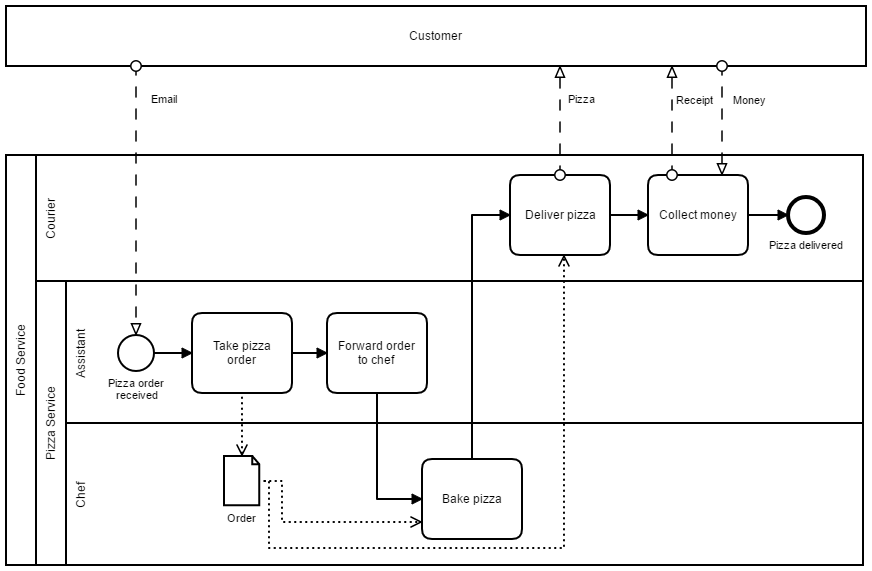
Above: images/pizza-service-operational-human-as-is-paper.png in DigiBP/digibp-food-inc (BPMN), before the change. Its source is kept beside it as modelling/pizza-service/pizza-service-operational-human-as-is-paper.bpmn. Ids are renumbered. Source of this version:
```xml
<bpmn:definitions xmlns:bpmn="http://www.omg.org/spec/BPMN/20100524/MODEL" xmlns:bpmndi="http://www.omg.org/spec/BPMN/20100524/DI" xmlns:di="http://www.omg.org/spec/DD/20100524/DI" xmlns:dc="http://www.omg.org/spec/DD/20100524/DC" xmlns:xsi="http://www.w3.org/2001/XMLSchema-instance" id="Definitions_1" targetNamespace="http://bpmn.io/schema/bpmn" exporter="Camunda Modeler" exporterVersion="1.11.3">
  <bpmn:collaboration id="Collaboration_n1">
    <bpmn:participant id="Participant_n2" name="Food Service" processRef="Process_1" />
    <bpmn:participant id="Participant_n3" name="Customer" />
    <bpmn:messageFlow id="MessageFlow_n4" name="Email" sourceRef="Participant_n3" targetRef="StartEvent_n5" />
    <bpmn:messageFlow id="MessageFlow_n6" name="Pizza" sourceRef="Task_n7" targetRef="Participant_n3" />
    <bpmn:messageFlow id="MessageFlow_n8" name="Money" sourceRef="Participant_n3" targetRef="Task_n9" />
    <bpmn:messageFlow id="MessageFlow_n10" name="Receipt" sourceRef="Task_n9" targetRef="Participant_n3" />
  </bpmn:collaboration>
  <bpmn:process id="Process_1" isExecutable="true">
    <bpmn:laneSet>
      <bpmn:lane id="Lane_n11" name="Courier">
        <bpmn:flowNodeRef>Task_n9</bpmn:flowNodeRef>
        <bpmn:flowNodeRef>Task_n7</bpmn:flowNodeRef>
        <bpmn:flowNodeRef>EndEvent_n12</bpmn:flowNodeRef>
      </bpmn:lane>
      <bpmn:lane id="Lane_n13" name="Pizza Service">
        <bpmn:flowNodeRef>StartEvent_n5</bpmn:flowNodeRef>
        <bpmn:flowNodeRef>Task_n14</bpmn:flowNodeRef>
        <bpmn:flowNodeRef>Task_n15</bpmn:flowNodeRef>
        <bpmn:flowNodeRef>Task_n16</bpmn:flowNodeRef>
        <bpmn:childLaneSet xsi:type="bpmn:tLaneSet">
          <bpmn:lane id="Lane_n17" name="Assistant">
            <bpmn:flowNodeRef>StartEvent_n5</bpmn:flowNodeRef>
            <bpmn:flowNodeRef>Task_n15</bpmn:flowNodeRef>
            <bpmn:flowNodeRef>Task_n16</bpmn:flowNodeRef>
          </bpmn:lane>
          <bpmn:lane id="Lane_n18" name="Chef">
            <bpmn:flowNodeRef>Task_n14</bpmn:flowNodeRef>
          </bpmn:lane>
        </bpmn:childLaneSet>
      </bpmn:lane>
    </bpmn:laneSet>
    <bpmn:sequenceFlow id="SequenceFlow_n19" sourceRef="Task_n14" targetRef="Task_n7" />
    <bpmn:sequenceFlow id="SequenceFlow_n20" sourceRef="Task_n9" targetRef="EndEvent_n12" />
    <bpmn:sequenceFlow id="SequenceFlow_n21" sourceRef="Task_n7" targetRef="Task_n9" />
    <bpmn:endEvent id="EndEvent_n12" name="Pizza delivered">
      <bpmn:incoming>SequenceFlow_n20</bpmn:incoming>
    </bpmn:endEvent>
    <bpmn:task id="Task_n7" name="Deliver pizza">
      <bpmn:incoming>SequenceFlow_n19</bpmn:incoming>
      <bpmn:outgoing>SequenceFlow_n21</bpmn:outgoing>
      <bpmn:property id="Property_n22" name="__targetRef_placeholder" />
      <bpmn:dataInputAssociation id="DataInputAssociation_n23">
        <bpmn:sourceRef>DataObjectReference_n24</bpmn:sourceRef>
        <bpmn:targetRef>Property_n22</bpmn:targetRef>
      </bpmn:dataInputAssociation>
    </bpmn:task>
    <bpmn:task id="Task_n9" name="Collect money">
      <bpmn:incoming>SequenceFlow_n21</bpmn:incoming>
      <bpmn:outgoing>SequenceFlow_n20</bpmn:outgoing>
    </bpmn:task>
    <bpmn:sequenceFlow id="SequenceFlow_n25" sourceRef="StartEvent_n5" targetRef="Task_n15" />
    <bpmn:sequenceFlow id="SequenceFlow_n26" sourceRef="Task_n16" targetRef="Task_n14" />
    <bpmn:startEvent id="StartEvent_n5" name="Pizza order received">
      <bpmn:outgoing>SequenceFlow_n25</bpmn:outgoing>
    </bpmn:startEvent>
    <bpmn:sequenceFlow id="SequenceFlow_n27" sourceRef="Task_n15" targetRef="Task_n16" />
    <bpmn:task id="Task_n14" name="Bake pizza">
      <bpmn:incoming>SequenceFlow_n26</bpmn:incoming>
      <bpmn:outgoing>SequenceFlow_n19</bpmn:outgoing>
      <bpmn:property id="Property_n28" name="__targetRef_placeholder" />
      <bpmn:dataInputAssociation id="DataInputAssociation_n29">
        <bpmn:sourceRef>DataObjectReference_n24</bpmn:sourceRef>
        <bpmn:targetRef>Property_n28</bpmn:targetRef>
      </bpmn:dataInputAssociation>
    </bpmn:task>
    <bpmn:task id="Task_n15" name="Take pizza order">
      <bpmn:incoming>SequenceFlow_n25</bpmn:incoming>
      <bpmn:outgoing>SequenceFlow_n27</bpmn:outgoing>
      <bpmn:dataOutputAssociation id="DataOutputAssociation_n30">
        <bpmn:targetRef>DataObjectReference_n24</bpmn:targetRef>
      </bpmn:dataOutputAssociation>
    </bpmn:task>
    <bpmn:task id="Task_n16" name="Forward order to chef">
      <bpmn:incoming>SequenceFlow_n27</bpmn:incoming>
      <bpmn:outgoing>SequenceFlow_n26</bpmn:outgoing>
    </bpmn:task>
    <bpmn:dataObjectReference id="DataObjectReference_n24" name="Order" dataObjectRef="DataObject_n31" />
    <bpmn:dataObject id="DataObject_n31" />
  </bpmn:process>
  <bpmndi:BPMNDiagram id="BPMNDiagram_1">
    <bpmndi:BPMNPlane id="BPMNPlane_1" bpmnElement="Collaboration_n1">
      <bpmndi:BPMNShape id="Participant_n2_di" bpmnElement="Participant_n2">
        <dc:Bounds x="116" y="182" width="857" height="410" />
      </bpmndi:BPMNShape>
      <bpmndi:BPMNShape id="Participant_1bxmz45_di" bpmnElement="Participant_n3">
        <dc:Bounds x="116" y="33" width="860" height="60" />
      </bpmndi:BPMNShape>
      <bpmndi:BPMNShape id="Lane_n11_di" bpmnElement="Lane_n11">
        <dc:Bounds x="146" y="182" width="827" height="126" />
      </bpmndi:BPMNShape>
      <bpmndi:BPMNShape id="Lane_n13_di" bpmnElement="Lane_n13">
        <dc:Bounds x="146" y="308" width="827" height="284" />
      </bpmndi:BPMNShape>
      <bpmndi:BPMNShape id="StartEvent_n5_di" bpmnElement="StartEvent_n5">
        <dc:Bounds x="228" y="362" width="36" height="36" />
        <bpmndi:BPMNLabel>
          <dc:Bounds x="218" y="402" width="57" height="24" />
        </bpmndi:BPMNLabel>
      </bpmndi:BPMNShape>
      <bpmndi:BPMNEdge id="MessageFlow_n4_di" bpmnElement="MessageFlow_n4">
        <di:waypoint xsi:type="dc:Point" x="246" y="93" />
        <di:waypoint xsi:type="dc:Point" x="246" y="362" />
        <bpmndi:BPMNLabel>
          <dc:Bounds x="260.7406973485705" y="117.7936378579223" width="27" height="12" />
        </bpmndi:BPMNLabel>
      </bpmndi:BPMNEdge>
      <bpmndi:BPMNShape id="Task_n14_di" bpmnElement="Task_n14">
        <dc:Bounds x="532" y="486" width="100" height="80" />
      </bpmndi:BPMNShape>
      <bpmndi:BPMNShape id="Task_n7_di" bpmnElement="Task_n7">
        <dc:Bounds x="620" y="202" width="100" height="80" />
      </bpmndi:BPMNShape>
      <bpmndi:BPMNEdge id="SequenceFlow_n19_di" bpmnElement="SequenceFlow_n19">
        <di:waypoint xsi:type="dc:Point" x="582" y="486" />
        <di:waypoint xsi:type="dc:Point" x="582" y="242" />
        <di:waypoint xsi:type="dc:Point" x="620" y="242" />
        <bpmndi:BPMNLabel>
          <dc:Bounds x="552" y="358" width="90" height="12" />
        </bpmndi:BPMNLabel>
      </bpmndi:BPMNEdge>
      <bpmndi:BPMNShape id="Task_n9_di" bpmnElement="Task_n9">
        <dc:Bounds x="758" y="202" width="100" height="80" />
      </bpmndi:BPMNShape>
      <bpmndi:BPMNEdge id="SequenceFlow_n21_di" bpmnElement="SequenceFlow_n21">
        <di:waypoint xsi:type="dc:Point" x="720" y="242" />
        <di:waypoint xsi:type="dc:Point" x="758" y="242" />
        <bpmndi:BPMNLabel>
          <dc:Bounds x="694" y="221" width="90" height="12" />
        </bpmndi:BPMNLabel>
      </bpmndi:BPMNEdge>
      <bpmndi:BPMNShape id="EndEvent_n12_di" bpmnElement="EndEvent_n12">
        <dc:Bounds x="898" y="224" width="36" height="36" />
        <bpmndi:BPMNLabel>
          <dc:Bounds x="879" y="264" width="74" height="12" />
        </bpmndi:BPMNLabel>
      </bpmndi:BPMNShape>
      <bpmndi:BPMNEdge id="SequenceFlow_n20_di" bpmnElement="SequenceFlow_n20">
        <di:waypoint xsi:type="dc:Point" x="858" y="242" />
        <di:waypoint xsi:type="dc:Point" x="898" y="242" />
        <bpmndi:BPMNLabel>
          <dc:Bounds x="833" y="221" width="90" height="12" />
        </bpmndi:BPMNLabel>
      </bpmndi:BPMNEdge>
      <bpmndi:BPMNEdge id="MessageFlow_n6_di" bpmnElement="MessageFlow_n6">
        <di:waypoint xsi:type="dc:Point" x="670" y="202" />
        <di:waypoint xsi:type="dc:Point" x="670" y="93" />
        <bpmndi:BPMNLabel>
          <dc:Bounds x="678" y="118" width="27" height="12" />
        </bpmndi:BPMNLabel>
      </bpmndi:BPMNEdge>
      <bpmndi:BPMNEdge id="MessageFlow_n8_di" bpmnElement="MessageFlow_n8">
        <di:waypoint xsi:type="dc:Point" x="832" y="93" />
        <di:waypoint xsi:type="dc:Point" x="832" y="202" />
        <bpmndi:BPMNLabel>
          <dc:Bounds x="843" y="119" width="33" height="12" />
        </bpmndi:BPMNLabel>
      </bpmndi:BPMNEdge>
      <bpmndi:BPMNEdge id="MessageFlow_n10_di" bpmnElement="MessageFlow_n10">
        <di:waypoint xsi:type="dc:Point" x="782" y="202" />
        <di:waypoint xsi:type="dc:Point" x="782" y="93" />
        <bpmndi:BPMNLabel>
          <dc:Bounds x="786" y="119" width="38" height="12" />
        </bpmndi:BPMNLabel>
      </bpmndi:BPMNEdge>
      <bpmndi:BPMNEdge id="SequenceFlow_n25_di" bpmnElement="SequenceFlow_n25">
        <di:waypoint xsi:type="dc:Point" x="264" y="380" />
        <di:waypoint xsi:type="dc:Point" x="302" y="380" />
        <bpmndi:BPMNLabel>
          <dc:Bounds x="238" y="359" width="90" height="12" />
        </bpmndi:BPMNLabel>
      </bpmndi:BPMNEdge>
      <bpmndi:BPMNShape id="Lane_n17_di" bpmnElement="Lane_n17">
        <dc:Bounds x="176" y="308" width="797" height="142" />
      </bpmndi:BPMNShape>
      <bpmndi:BPMNShape id="Lane_n18_di" bpmnElement="Lane_n18">
        <dc:Bounds x="176" y="450" width="797" height="142" />
      </bpmndi:BPMNShape>
      <bpmndi:BPMNShape id="Task_n15_di" bpmnElement="Task_n15">
        <dc:Bounds x="302" y="340" width="100" height="80" />
      </bpmndi:BPMNShape>
      <bpmndi:BPMNEdge id="SequenceFlow_n26_di" bpmnElement="SequenceFlow_n26">
        <di:waypoint xsi:type="dc:Point" x="487" y="420" />
        <di:waypoint xsi:type="dc:Point" x="487" y="526" />
        <di:waypoint xsi:type="dc:Point" x="532" y="526" />
        <bpmndi:BPMNLabel>
          <dc:Bounds x="502" y="467" width="0" height="12" />
        </bpmndi:BPMNLabel>
      </bpmndi:BPMNEdge>
      <bpmndi:BPMNShape id="Task_n16_di" bpmnElement="Task_n16">
        <dc:Bounds x="437" y="340" width="100" height="80" />
      </bpmndi:BPMNShape>
      <bpmndi:BPMNEdge id="SequenceFlow_n27_di" bpmnElement="SequenceFlow_n27">
        <di:waypoint xsi:type="dc:Point" x="402" y="380" />
        <di:waypoint xsi:type="dc:Point" x="437" y="380" />
        <bpmndi:BPMNLabel>
          <dc:Bounds x="419.5" y="359" width="0" height="12" />
        </bpmndi:BPMNLabel>
      </bpmndi:BPMNEdge>
      <bpmndi:BPMNShape id="DataObjectReference_n24_di" bpmnElement="DataObjectReference_n24">
        <dc:Bounds x="334" y="483" width="36" height="50" />
        <bpmndi:BPMNLabel>
          <dc:Bounds x="337" y="537" width="30" height="12" />
        </bpmndi:BPMNLabel>
      </bpmndi:BPMNShape>
      <bpmndi:BPMNEdge id="DataInputAssociation_n29_di" bpmnElement="DataInputAssociation_n29">
        <di:waypoint xsi:type="dc:Point" x="370" y="508" />
        <di:waypoint xsi:type="dc:Point" x="392" y="508" />
        <di:waypoint xsi:type="dc:Point" x="392" y="549" />
        <di:waypoint xsi:type="dc:Point" x="532" y="549" />
      </bpmndi:BPMNEdge>
      <bpmndi:BPMNEdge id="DataOutputAssociation_n30_di" bpmnElement="DataOutputAssociation_n30">
        <di:waypoint xsi:type="dc:Point" x="352" y="420" />
        <di:waypoint xsi:type="dc:Point" x="352" y="483" />
      </bpmndi:BPMNEdge>
      <bpmndi:BPMNEdge id="DataInputAssociation_n23_di" bpmnElement="DataInputAssociation_n23">
        <di:waypoint xsi:type="dc:Point" x="370" y="508" />
        <di:waypoint xsi:type="dc:Point" x="379" y="508" />
        <di:waypoint xsi:type="dc:Point" x="379" y="575" />
        <di:waypoint xsi:type="dc:Point" x="674" y="575" />
        <di:waypoint xsi:type="dc:Point" x="674" y="282" />
      </bpmndi:BPMNEdge>
    </bpmndi:BPMNPlane>
  </bpmndi:BPMNDiagram>
</bpmn:definitions>
```
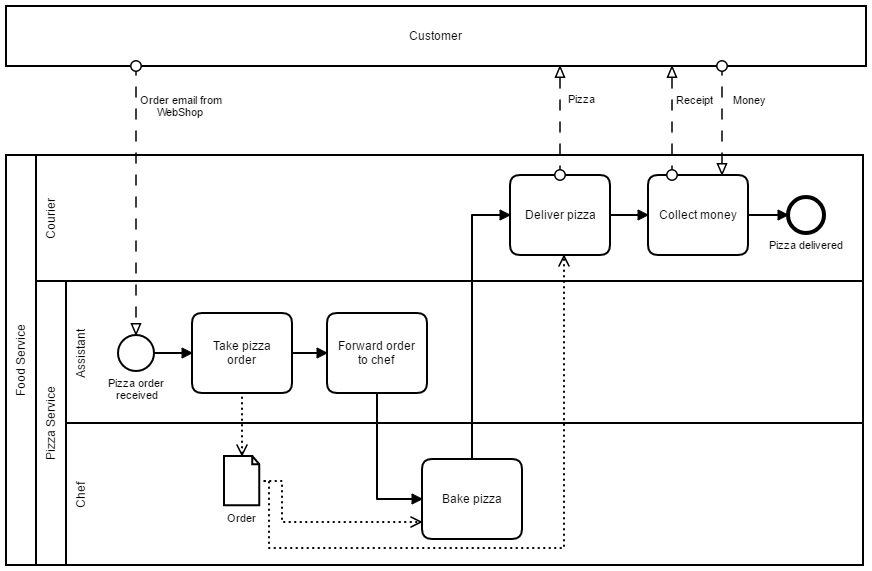
The same diagram one commit later.

Diff of the diagram source:
```diff
@@ -2,7 +2,7 @@
   <bpmn:collaboration id="Collaboration_n1">
     <bpmn:participant id="Participant_n2" name="Food Service" processRef="Process_1" />
     <bpmn:participant id="Participant_n3" name="Customer" />
-    <bpmn:messageFlow id="MessageFlow_n4" name="Email" sourceRef="Participant_n3" targetRef="StartEvent_n5" />
+    <bpmn:messageFlow id="MessageFlow_n4" name="Order email from WebShop" sourceRef="Participant_n3" targetRef="StartEvent_n5" />
     <bpmn:messageFlow id="MessageFlow_n6" name="Pizza" sourceRef="Task_n7" targetRef="Participant_n3" />
     <bpmn:messageFlow id="MessageFlow_n8" name="Money" sourceRef="Participant_n3" targetRef="Task_n9" />
     <bpmn:messageFlow id="MessageFlow_n10" name="Receipt" sourceRef="Task_n9" targetRef="Participant_n3" />
@@ -103,7 +103,7 @@
         <di:waypoint xsi:type="dc:Point" x="246" y="93" />
         <di:waypoint xsi:type="dc:Point" x="246" y="362" />
         <bpmndi:BPMNLabel>
-          <dc:Bounds x="260.7406973485705" y="117.7936378579223" width="27" height="12" />
+          <dc:Bounds x="250" y="119" width="82" height="24" />
         </bpmndi:BPMNLabel>
       </bpmndi:BPMNEdge>
       <bpmndi:BPMNShape id="Task_n14_di" bpmnElement="Task_n14">
```
